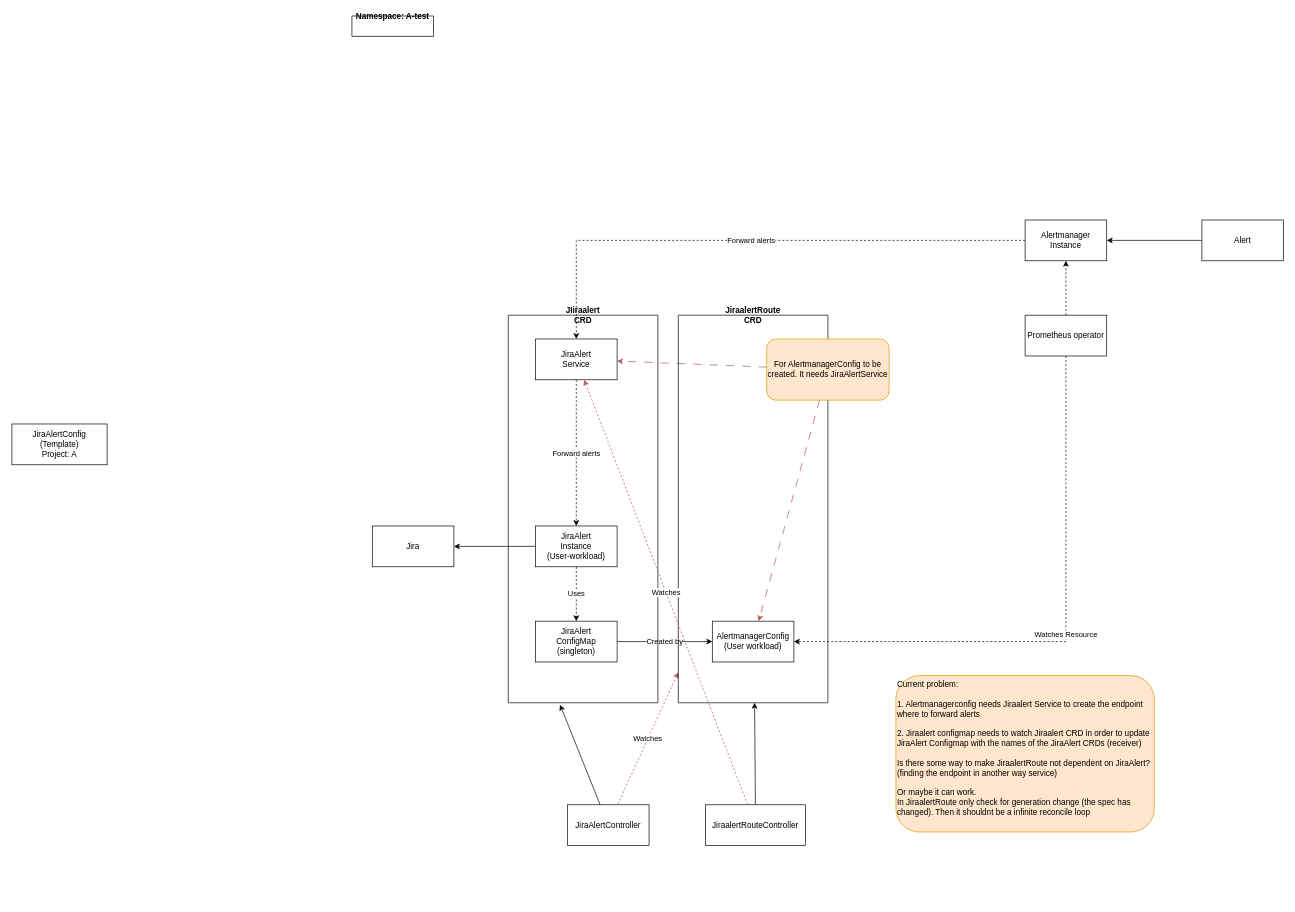
crikke/crikke keeps this draw.io diagram as Namnlöst diagram.drawio. Above is the earlier version. Source tidied: cells renumbered, new cells numbered last; positions are measured from the earlier drawing's top-left corner, leaving out a move shared by most shapes. Both pictures are drawn from the tidied source at 68%, with x=0, y=0 at pixel (12, 16).
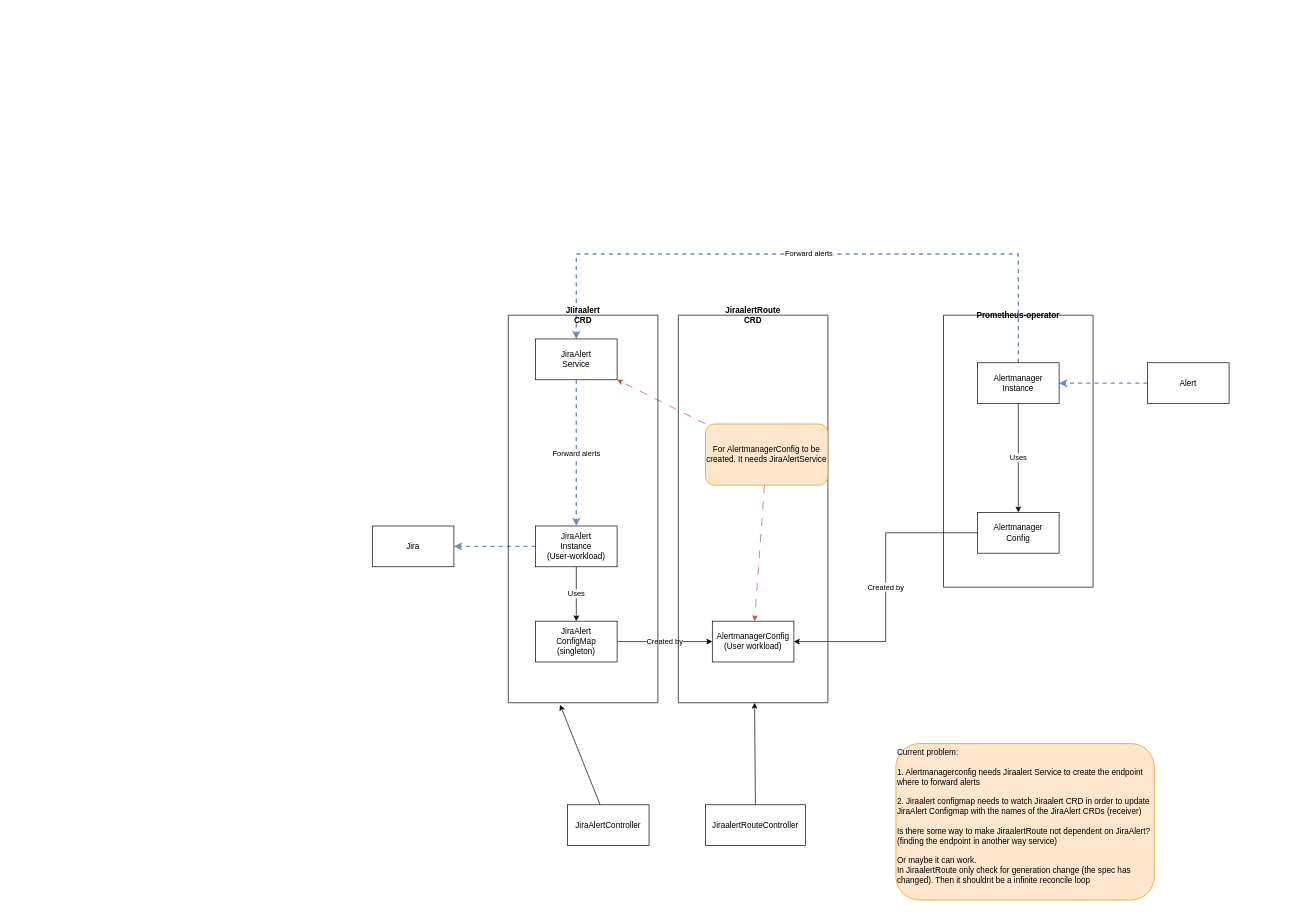
After the change.

Unchanged cells that the change refers to:
```xml
<mxCell id="4" value="JiraAlert&lt;br&gt;Instance&lt;br&gt;(User-workload)" style="rounded=0;whiteSpace=wrap;html=1;" parent="1" vertex="1">
  <mxGeometry x="770" y="750" width="120" height="60" as="geometry" />
</mxCell>
<mxCell id="8" value="JiraAlert&lt;br&gt;ConfigMap&lt;br&gt;(singleton)" style="rounded=0;whiteSpace=wrap;html=1;" parent="1" vertex="1">
  <mxGeometry x="770" y="890" width="120" height="60" as="geometry" />
</mxCell>
<mxCell id="15" value="JiraAlert&lt;br&gt;Service" style="rounded=0;whiteSpace=wrap;html=1;" parent="1" vertex="1">
  <mxGeometry x="770" y="475" width="120" height="60" as="geometry" />
</mxCell>
<mxCell id="18" value="Jira" style="rounded=0;whiteSpace=wrap;html=1;" parent="1" vertex="1">
  <mxGeometry x="530" y="750" width="120" height="60" as="geometry" />
</mxCell>
<mxCell id="21" value="JiraAlertController" style="rounded=0;whiteSpace=wrap;html=1;" parent="1" vertex="1">
  <mxGeometry x="817" y="1160" width="120" height="60" as="geometry" />
</mxCell>
<mxCell id="22" value="JiraalertRouteController" style="rounded=0;whiteSpace=wrap;html=1;" parent="1" vertex="1">
  <mxGeometry x="1020" y="1160" width="147.2" height="60" as="geometry" />
</mxCell>
<mxCell id="26" value="JiraalertRoute&#10;CRD" style="swimlane;startSize=0;" parent="1" vertex="1">
  <mxGeometry x="980" y="440" width="220" height="570" as="geometry" />
</mxCell>
<mxCell id="27" value="AlertmanagerConfig&lt;br&gt;(User workload)" style="rounded=0;whiteSpace=wrap;html=1;" parent="26" vertex="1">
  <mxGeometry x="50" y="450" width="120" height="60" as="geometry" />
</mxCell>
```

What changed in the source:
```diff
@@
-    <mxCell id="2" value="Uses" style="edgeStyle=orthogonalEdgeStyle;rounded=0;jettySize=auto;html=1;dashed=1;" parent="1" edge="1" source="4" target="8">
+    <mxCell id="2" value="Uses" style="edgeStyle=orthogonalEdgeStyle;rounded=0;jettySize=auto;html=1;" parent="1" edge="1" source="4" target="8">
       <mxGeometry relative="1" as="geometry" />
     </mxCell>
-    <mxCell id="3" style="edgeStyle=orthogonalEdgeStyle;rounded=0;jettySize=auto;html=1;" parent="1" edge="1" source="4" target="18">
+    <mxCell id="3" style="edgeStyle=orthogonalEdgeStyle;rounded=0;jettySize=auto;html=1;dashed=1;strokeWidth=2;fillColor=#dae8fc;strokeColor=#6c8ebf;" parent="1" edge="1" source="4" target="18">
       <mxGeometry relative="1" as="geometry" />
     </mxCell>
@@
-    <mxCell id="5" value="Namespace: A-test" style="swimlane;startSize=0;" parent="1" vertex="1" collapsed="1">
-      <mxGeometry x="500" width="120" height="30" as="geometry" />
-    </mxCell>
-    <mxCell id="6" value="JiraAlertConfig&lt;br&gt;(Template)&lt;br&gt;Project: A" style="rounded=0;whiteSpace=wrap;html=1;" parent="1" vertex="1">
-      <mxGeometry y="600" width="140" height="60" as="geometry" />
-    </mxCell>
@@
-    <mxCell id="10" value="Watches Resource" style="edgeStyle=orthogonalEdgeStyle;rounded=0;jettySize=auto;html=1;dashed=1;exitX=0.5;exitY=1;exitDx=0;exitDy=0;entryX=1;entryY=0.5;entryDx=0;entryDy=0;" parent="1" edge="1" source="12" target="27">
+    <mxCell id="10" value="Created by" style="edgeStyle=orthogonalEdgeStyle;rounded=0;jettySize=auto;html=1;entryX=1;entryY=0.5;entryDx=0;entryDy=0;" parent="1" edge="1" source="34" target="27">
       <mxGeometry relative="1" as="geometry" />
     </mxCell>
-    <mxCell id="11" style="edgeStyle=orthogonalEdgeStyle;rounded=0;jettySize=auto;html=1;dashed=1;" parent="1" edge="1" source="12" target="14">
-      <mxGeometry relative="1" as="geometry" />
-    </mxCell>
-    <mxCell id="12" value="Prometheus operator" style="rounded=0;whiteSpace=wrap;html=1;" parent="1" vertex="1">
-      <mxGeometry x="1490" y="440" width="120" height="60" as="geometry" />
-    </mxCell>
-    <mxCell id="13" value="Forward alerts" style="edgeStyle=orthogonalEdgeStyle;rounded=0;jettySize=auto;html=1;dashed=1;" parent="1" edge="1" source="14" target="15">
-      <mxGeometry relative="1" as="geometry" />
+    <mxCell id="13" value="Forward alerts" style="edgeStyle=orthogonalEdgeStyle;rounded=0;jettySize=auto;html=1;dashed=1;exitX=0.5;exitY=0;exitDx=0;exitDy=0;entryX=0.5;entryY=0;entryDx=0;entryDy=0;fillColor=#dae8fc;strokeColor=#6c8ebf;strokeWidth=2;" parent="1" edge="1" source="14" target="15">
+      <mxGeometry relative="1" as="geometry">
+        <Array as="points">
+          <mxPoint x="1480" y="350" />
+          <mxPoint x="830" y="350" />
+        </Array>
+      </mxGeometry>
     </mxCell>
-    <mxCell id="14" value="Alertmanager&lt;br&gt;Instance" style="rounded=0;whiteSpace=wrap;html=1;" parent="1" vertex="1">
-      <mxGeometry x="1490" y="300" width="120" height="60" as="geometry" />
-    </mxCell>
@@
-    <mxCell id="16" value="Forward alerts" style="edgeStyle=orthogonalEdgeStyle;rounded=0;jettySize=auto;html=1;dashed=1;exitX=0.5;exitY=1;exitDx=0;exitDy=0;entryX=0.5;entryY=0;entryDx=0;entryDy=0;" parent="1" edge="1" source="15" target="4">
+    <mxCell id="16" value="Forward alerts" style="edgeStyle=orthogonalEdgeStyle;rounded=0;jettySize=auto;html=1;dashed=1;exitX=0.5;exitY=1;exitDx=0;exitDy=0;entryX=0.5;entryY=0;entryDx=0;entryDy=0;strokeWidth=2;fillColor=#dae8fc;strokeColor=#6c8ebf;" parent="1" edge="1" source="15" target="4">
       <mxGeometry relative="1" as="geometry" />
     </mxCell>
@@
-    <mxCell id="19" style="edgeStyle=orthogonalEdgeStyle;rounded=0;jettySize=auto;html=1;" parent="1" edge="1" source="20" target="14">
+    <mxCell id="19" style="edgeStyle=orthogonalEdgeStyle;rounded=0;jettySize=auto;html=1;dashed=1;fillColor=#dae8fc;strokeColor=#6c8ebf;strokeWidth=2;" parent="1" edge="1" source="20" target="14">
       <mxGeometry relative="1" as="geometry" />
     </mxCell>
     <mxCell id="20" value="Alert" style="rounded=0;whiteSpace=wrap;html=1;" parent="1" vertex="1">
-      <mxGeometry x="1750" y="300" width="120" height="60" as="geometry" />
+      <mxGeometry x="1670" y="510" width="120" height="60" as="geometry" />
     </mxCell>
@@
-    <mxCell id="25" value="Watches" style="rounded=0;jettySize=auto;html=1;dashed=1;startArrow=classic;startFill=1;endArrow=none;endFill=0;fillColor=#f8cecc;strokeColor=#b85450;" parent="1" edge="1" source="26" target="21">
-      <mxGeometry relative="1" as="geometry" />
-    </mxCell>
@@
-    <mxCell id="28" value="Watches" style="rounded=0;jettySize=auto;html=1;dashed=1;startArrow=classic;startFill=1;endArrow=none;endFill=0;fillColor=#f8cecc;strokeColor=#b85450;" parent="1" edge="1" source="15" target="22">
-      <mxGeometry relative="1" as="geometry" />
-    </mxCell>
-    <mxCell id="29" style="rounded=0;jettySize=auto;html=1;" parent="1" edge="1" source="22" target="26">
-      <mxGeometry relative="1" as="geometry" />
-    </mxCell>
-    <mxCell id="30" value="For AlertmanagerConfig to be created. It needs JiraAlertService" style="rounded=1;whiteSpace=wrap;html=1;fillColor=#ffe6cc;strokeColor=#d79b00;" parent="1" vertex="1">
-      <mxGeometry x="1110" y="475" width="180" height="90" as="geometry" />
+    <mxCell id="30" value="For AlertmanagerConfig to be created. It needs JiraAlertService" style="rounded=1;whiteSpace=wrap;html=1;fillColor=#ffe6cc;strokeColor=#d79b00;" parent="26" vertex="1">
+      <mxGeometry x="40" y="160" width="180" height="90" as="geometry" />
     </mxCell>
-    <mxCell id="31" style="rounded=0;jettySize=auto;html=1;dashed=1;dashPattern=12 12;fillColor=#f8cecc;strokeColor=#b85450;" parent="1" edge="1" source="30" target="27">
+    <mxCell id="31" style="rounded=0;jettySize=auto;html=1;dashed=1;dashPattern=12 12;fillColor=#f8cecc;strokeColor=#b85450;" parent="26" edge="1" source="30" target="27">
       <mxGeometry relative="1" as="geometry" />
     </mxCell>
+    <mxCell id="29" style="rounded=0;jettySize=auto;html=1;" parent="1" edge="1" source="22" target="26">
+      <mxGeometry relative="1" as="geometry" />
+    </mxCell>
     <mxCell id="32" value="Current problem:&lt;br&gt;&lt;br&gt;1. Alertmanagerconfig needs Jiraalert Service to create the endpoint where to forward alerts&lt;br&gt;&lt;br&gt;2. Jiraalert configmap needs to watch Jiraalert CRD in order to update JiraAlert Configmap with the names of the JiraAlert CRDs (receiver)&lt;br&gt;&lt;br&gt;Is there some way to make JiraalertRoute not dependent on JiraAlert? (finding the endpoint in another way service)&lt;br&gt;&lt;br&gt;Or maybe it can work.&amp;nbsp;&lt;br&gt;In JiraalertRoute only check for generation change (the spec has changed). Then it shouldnt be a infinite reconcile loop" style="rounded=1;whiteSpace=wrap;html=1;fillColor=#ffe6cc;strokeColor=#d79b00;align=left;verticalAlign=top;" parent="1" vertex="1">
-      <mxGeometry x="1300" y="970" width="380" height="230" as="geometry" />
+      <mxGeometry x="1300" y="1070" width="380" height="230" as="geometry" />
     </mxCell>
+    <mxCell id="33" value="Prometheus-operator" style="swimlane;startSize=0;" parent="1" vertex="1">
+      <mxGeometry x="1370" y="440" width="220" height="400" as="geometry" />
+    </mxCell>
+    <mxCell id="34" value="Alertmanager&lt;br&gt;Config" style="rounded=0;whiteSpace=wrap;html=1;" parent="33" vertex="1">
+      <mxGeometry x="50" y="290" width="120" height="60" as="geometry" />
+    </mxCell>
+    <mxCell id="14" value="Alertmanager&lt;br&gt;Instance" style="rounded=0;whiteSpace=wrap;html=1;" parent="33" vertex="1">
+      <mxGeometry x="50" y="70" width="120" height="60" as="geometry" />
+    </mxCell>
+    <mxCell id="35" value="Uses" style="edgeStyle=orthogonalEdgeStyle;rounded=0;jettySize=auto;html=1;" parent="33" edge="1" source="14" target="34">
+      <mxGeometry relative="1" as="geometry" />
+    </mxCell>
```
